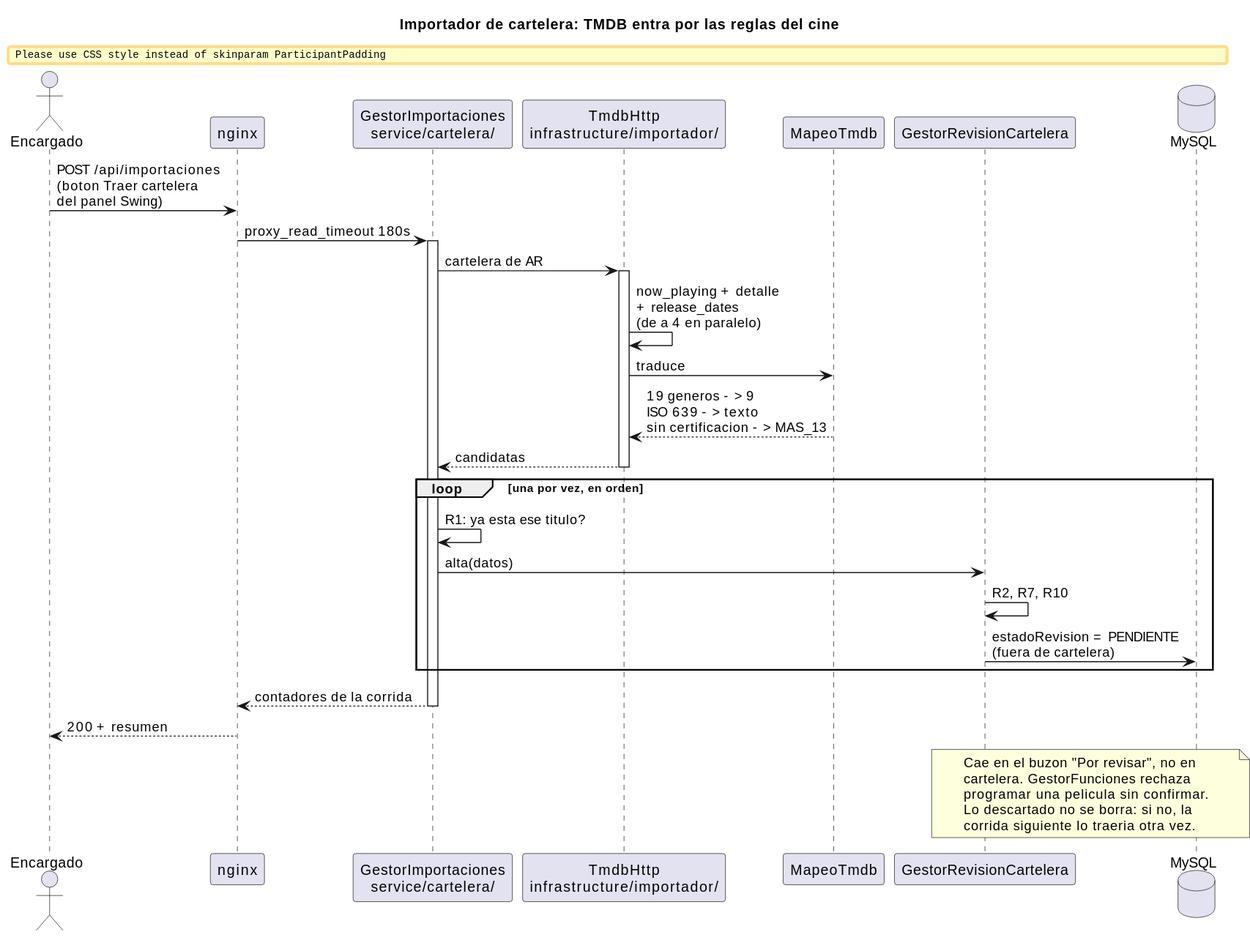
Above: _other/docs/diagramas/importador-flujo.svg in andreiveisuade/cine-uade (PlantUML), before the change. Source of this version:
```plantuml
@startuml
title Importador de cartelera: TMDB entra por las reglas del cine

skinparam sequenceMessageAlign left
skinparam maxMessageSize 200
skinparam ParticipantPadding 12

actor "Encargado" as E
participant "nginx" as NG
participant "GestorImportaciones\nservice/cartelera/" as GI
participant "TmdbHttp\ninfrastructure/importador/" as TM
participant "MapeoTmdb" as MAP
participant "GestorRevisionCartelera" as GR
database MySQL as DB

E -> NG : POST /api/importaciones\n(boton Traer cartelera\ndel panel Swing)
NG -> GI : proxy_read_timeout 180s
activate GI

GI -> TM : cartelera de AR
activate TM
TM -> TM : now_playing + detalle\n+ release_dates\n(de a 4 en paralelo)
TM -> MAP : traduce
MAP --> TM : 19 generos -> 9\nISO 639 -> texto\nsin certificacion -> MAS_13
TM --> GI : candidatas
deactivate TM

loop una por vez, en orden
  GI -> GI : R1: ya esta ese titulo?
  GI -> GR : alta(datos)
  GR -> GR : R2, R7, R10
  GR -> DB : estadoRevision = PENDIENTE\n(fuera de cartelera)
end

GI --> NG : contadores de la corrida
deactivate GI
NG --> E : 200 + resumen

note over GR, DB
  Cae en el buzon "Por revisar", no en
  cartelera. GestorFunciones rechaza
  programar una pelicula sin confirmar.
  Lo descartado no se borra: si no, la
  corrida siguiente lo traeria otra vez.
end note
@enduml
```
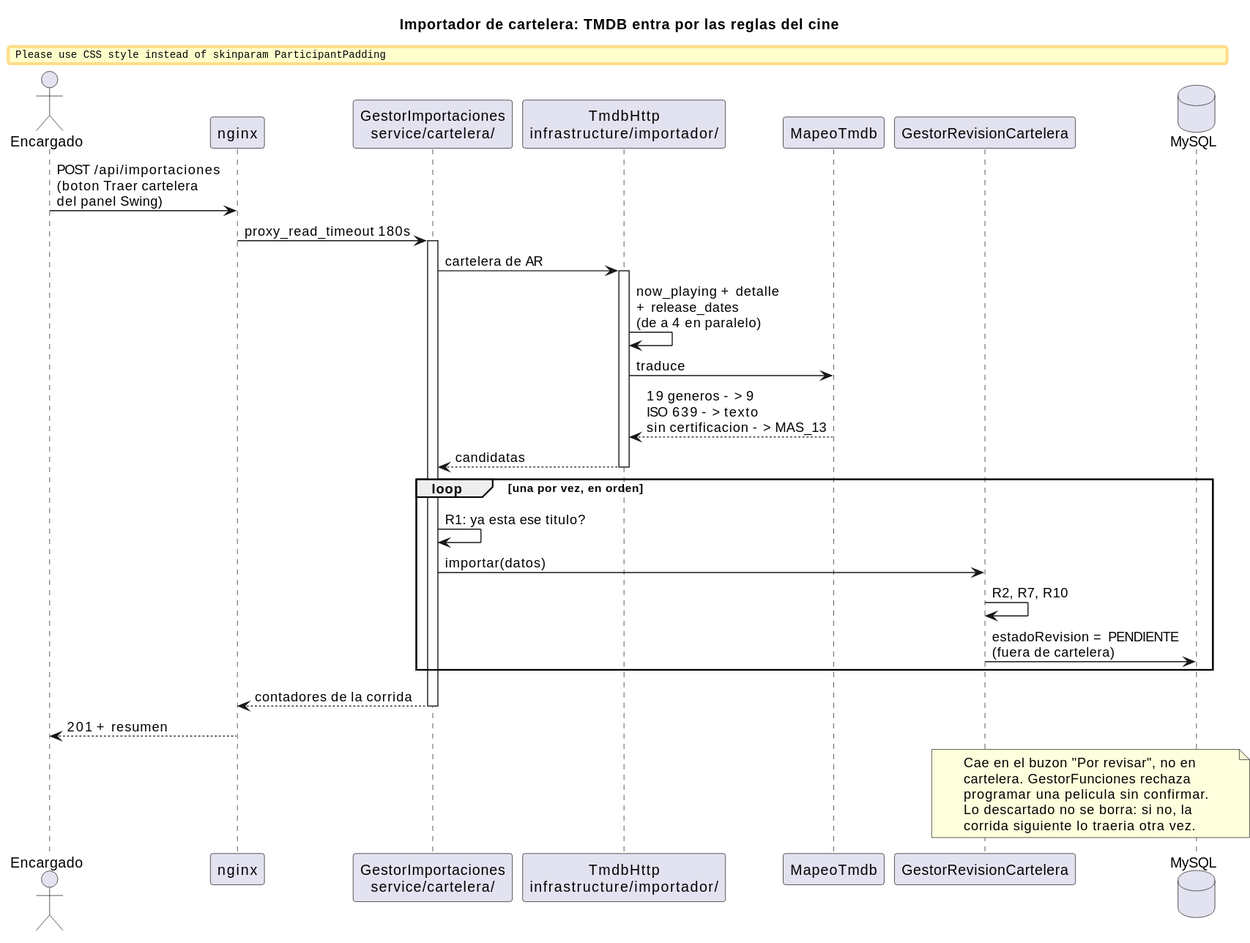
Later version of the same file.

What changed in the source:
```diff
@@ -27,14 +27,14 @@
 
 loop una por vez, en orden
   GI -> GI : R1: ya esta ese titulo?
-  GI -> GR : alta(datos)
+  GI -> GR : importar(datos)
   GR -> GR : R2, R7, R10
   GR -> DB : estadoRevision = PENDIENTE\n(fuera de cartelera)
 end
 
 GI --> NG : contadores de la corrida
 deactivate GI
-NG --> E : 200 + resumen
+NG --> E : 201 + resumen
 
 note over GR, DB
   Cae en el buzon "Por revisar", no en
```
